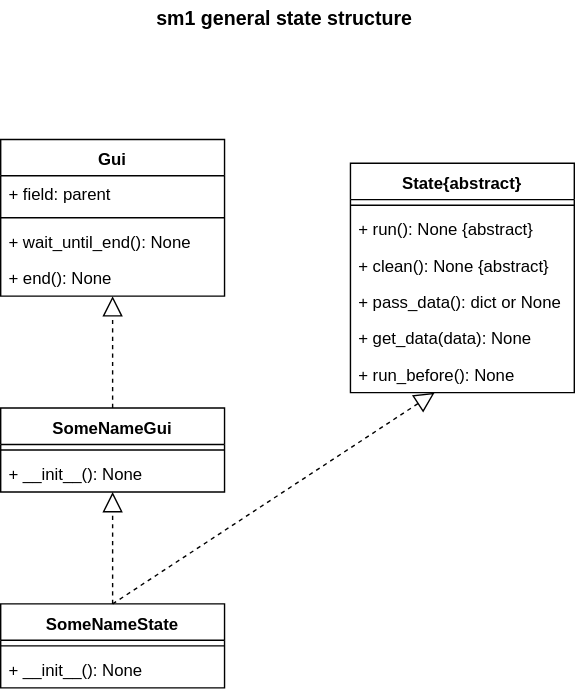
This is Documents/client class diagram sm1.svg from adibl/password_saver, a draw.io export, as it was before one commit. Source tidied: cells renumbered, new cells last; positions are measured from the earlier drawing's top-left corner, leaving out a move shared by most shapes.
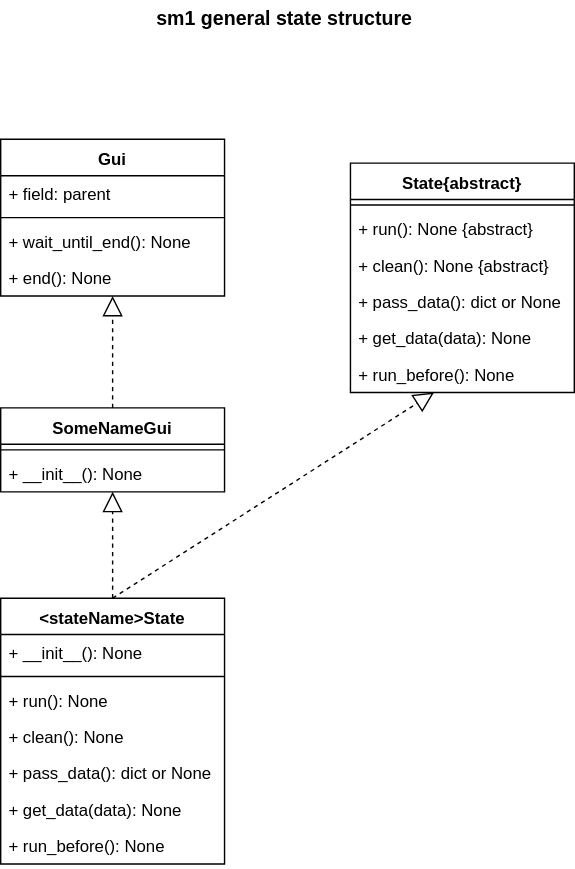
After the change.

Commit message:
client sm1 fix 1.1 problem

The edit, as a diff of the source:
```diff
@@ -47,26 +47,41 @@
     <mxCell id="16" value="+ __init__(): None" style="text;strokeColor=none;fillColor=none;align=left;verticalAlign=top;spacingLeft=4;spacingRight=4;overflow=hidden;points=[[0,0.5],[1,0.5]];portConstraint=eastwest;" parent="14" vertex="1">
       <mxGeometry y="34" width="160" height="26" as="geometry" />
     </mxCell>
-    <mxCell id="17" value="SomeNameState" style="swimlane;fontStyle=1;align=center;verticalAlign=top;horizontal=1;startSize=26;" parent="1" vertex="1">
-      <mxGeometry y="431" width="160" height="60" as="geometry" />
-    </mxCell>
-    <mxCell id="18" style="line;strokeWidth=1;fillColor=none;align=left;verticalAlign=middle;spacingTop=-1;spacingLeft=3;spacingRight=3;labelPosition=right;" parent="17" vertex="1">
-      <mxGeometry y="26" width="160" height="8" as="geometry" />
-    </mxCell>
-    <mxCell id="19" value="+ __init__(): None" style="text;strokeColor=none;fillColor=none;align=left;verticalAlign=top;spacingLeft=4;spacingRight=4;overflow=hidden;" parent="17" vertex="1">
-      <mxGeometry y="34" width="160" height="26" as="geometry" />
-    </mxCell>
     <mxCell id="20" style="endArrow=block;dashed=1;endFill=0;endSize=12;html=1;exitX=0.5;exitY=0;exitDx=0;exitDy=0;" parent="1" edge="1" source="14" target="6">
       <mxGeometry relative="1" as="geometry" />
     </mxCell>
-    <mxCell id="21" style="endArrow=block;dashed=1;endFill=0;endSize=12;html=1;" parent="1" edge="1" source="17" target="16">
+    <mxCell id="21" style="endArrow=block;dashed=1;endFill=0;endSize=12;html=1;exitX=0.5;exitY=0;exitDx=0;exitDy=0;" parent="1" edge="1" source="24" target="16">
       <mxGeometry relative="1" as="geometry" />
     </mxCell>
-    <mxCell id="22" style="endArrow=block;dashed=1;endFill=0;endSize=12;html=1;exitX=0.5;exitY=0;exitDx=0;exitDy=0;" parent="1" edge="1" source="17" target="13">
+    <mxCell id="22" style="endArrow=block;dashed=1;endFill=0;endSize=12;html=1;exitX=0.5;exitY=0;exitDx=0;exitDy=0;" parent="1" edge="1" source="24" target="13">
       <mxGeometry relative="1" as="geometry" />
     </mxCell>
     <mxCell id="23" value="sm1 general state structure " style="text;align=center;fontStyle=1;verticalAlign=middle;spacingLeft=3;spacingRight=3;strokeColor=none;fontSize=14;" parent="1" vertex="1">
       <mxGeometry x="50" width="310" height="26" as="geometry" />
     </mxCell>
+    <mxCell id="24" value="&lt;stateName&gt;State" style="swimlane;fontStyle=1;align=center;verticalAlign=top;horizontal=1;startSize=26;" parent="1" vertex="1">
+      <mxGeometry y="427" width="160" height="190" as="geometry" />
+    </mxCell>
+    <mxCell id="19" value="+ __init__(): None" style="text;strokeColor=none;fillColor=none;align=left;verticalAlign=top;spacingLeft=4;spacingRight=4;overflow=hidden;" parent="24" vertex="1">
+      <mxGeometry y="26" width="160" height="26" as="geometry" />
+    </mxCell>
+    <mxCell id="25" style="line;strokeWidth=1;fillColor=none;align=left;verticalAlign=middle;spacingTop=-1;spacingLeft=3;spacingRight=3;labelPosition=right;" parent="24" vertex="1">
+      <mxGeometry y="52" width="160" height="8" as="geometry" />
+    </mxCell>
+    <mxCell id="26" value="+ run(): None" style="text;strokeColor=none;fillColor=none;align=left;verticalAlign=top;spacingLeft=4;spacingRight=4;overflow=hidden;" parent="24" vertex="1">
+      <mxGeometry y="60" width="160" height="26" as="geometry" />
+    </mxCell>
+    <mxCell id="27" value="+ clean(): None&#10;" style="text;strokeColor=none;fillColor=none;align=left;verticalAlign=top;spacingLeft=4;spacingRight=4;overflow=hidden;" parent="24" vertex="1">
+      <mxGeometry y="86" width="160" height="26" as="geometry" />
+    </mxCell>
+    <mxCell id="28" value="+ pass_data(): dict or None" style="text;strokeColor=none;fillColor=none;align=left;verticalAlign=top;spacingLeft=4;spacingRight=4;overflow=hidden;" parent="24" vertex="1">
+      <mxGeometry y="112" width="160" height="26" as="geometry" />
+    </mxCell>
+    <mxCell id="29" value="+ get_data(data): None" style="text;strokeColor=none;fillColor=none;align=left;verticalAlign=top;spacingLeft=4;spacingRight=4;overflow=hidden;" parent="24" vertex="1">
+      <mxGeometry y="138" width="160" height="26" as="geometry" />
+    </mxCell>
+    <mxCell id="30" value="+ run_before(): None" style="text;strokeColor=none;fillColor=none;align=left;verticalAlign=top;spacingLeft=4;spacingRight=4;overflow=hidden;" parent="24" vertex="1">
+      <mxGeometry y="164" width="160" height="26" as="geometry" />
+    </mxCell>
   </root>
 </mxGraphModel>
```
